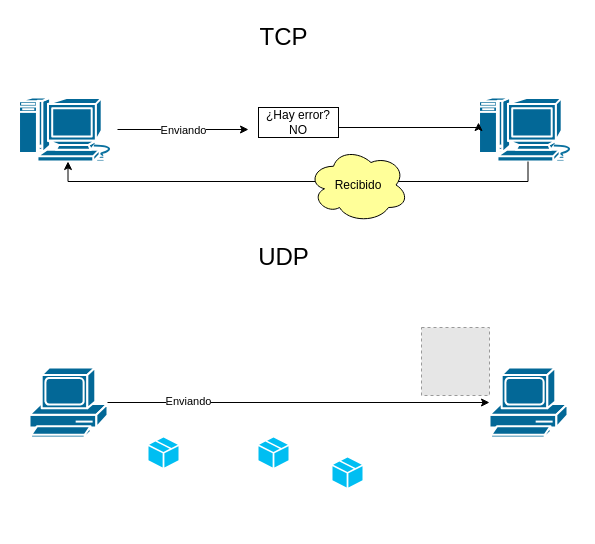
The draw.io diagram rafa.drawio in JoshotR18/Diagramas, before the edit. Source tidied: cells renumbered, new cells numbered last; positions are measured from the earlier drawing's top-left corner, leaving out a move shared by most shapes. Both pictures are drawn from the tidied source at 100%, with x=0, y=0 at pixel (18, 17). Pictures stored in the file or linked from it are replaced by grey dashed boxes.
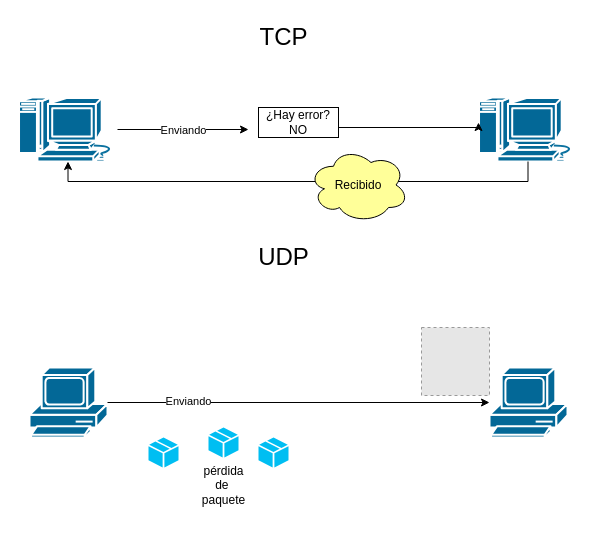
After the change.

What changed in the source:
```diff
@@
     <mxCell id="18" style="verticalLabelPosition=bottom;html=1;verticalAlign=top;align=center;strokeColor=none;fillColor=#00BEF2;shape=mxgraph.azure.cloud_service_package_file;" parent="1" vertex="1">
-      <mxGeometry x="314" y="440" width="30" height="30" as="geometry" />
+      <mxGeometry x="190" y="410" width="30" height="30" as="geometry" />
     </mxCell>
@@
+    <mxCell id="20" value="pérdida&lt;div&gt;de&amp;nbsp;&lt;/div&gt;&lt;div&gt;paquete&lt;/div&gt;&lt;div&gt;&lt;br&gt;&lt;/div&gt;" style="text;html=1;align=center;verticalAlign=middle;strokeColor=none;fillColor=none;" parent="1" vertex="1">
+      <mxGeometry x="170" y="440" width="70" height="70" as="geometry" />
+    </mxCell>
```
